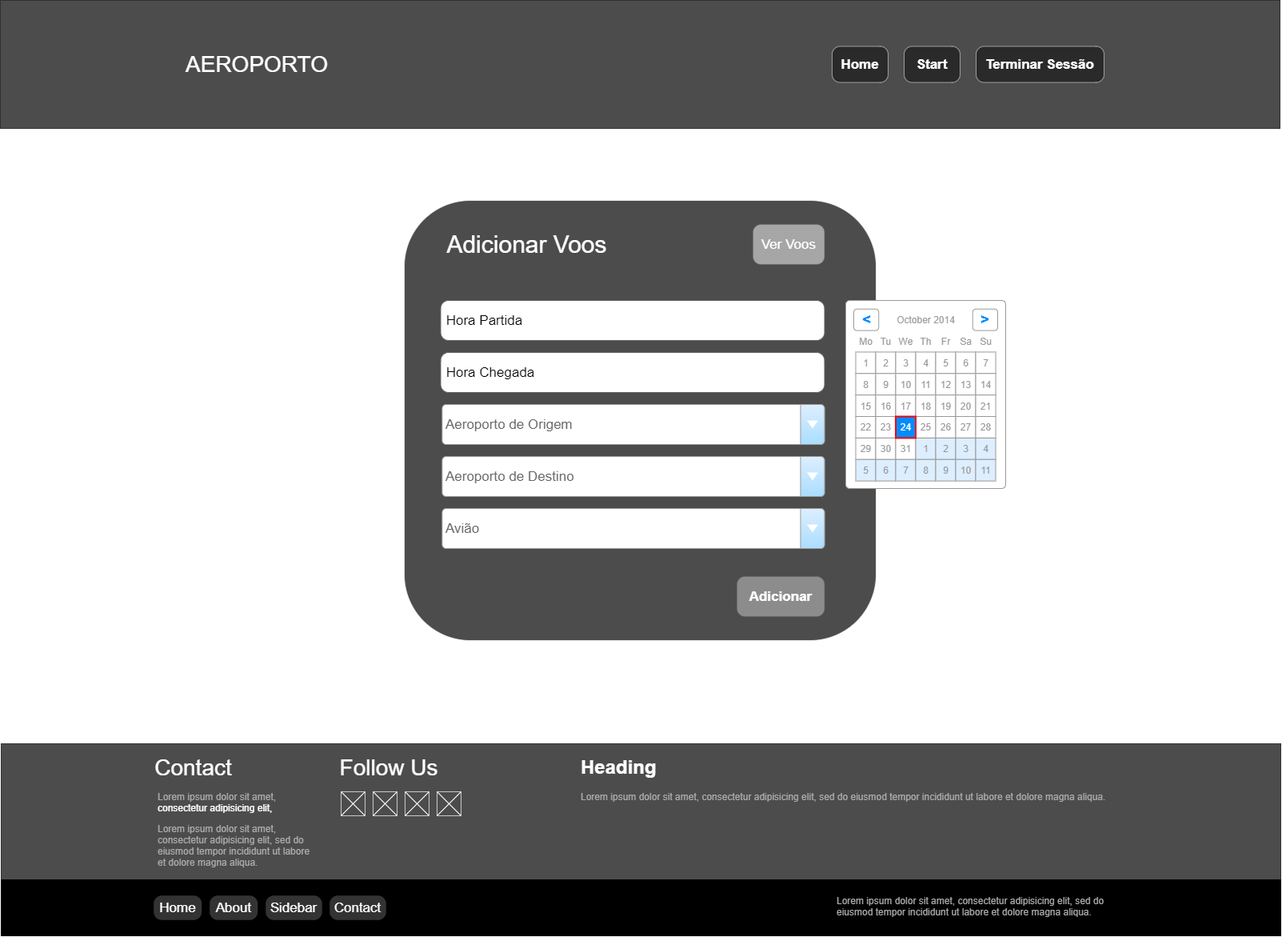
Above: doc/Wireframes/PNG/AdicionarVoos.png in GabrielMCS01/PSI_PWS_PL1-A (draw.io), before the change. Source tidied: cells renumbered, new cells last; positions are measured from the earlier drawing's top-left corner, leaving out a move shared by most shapes.
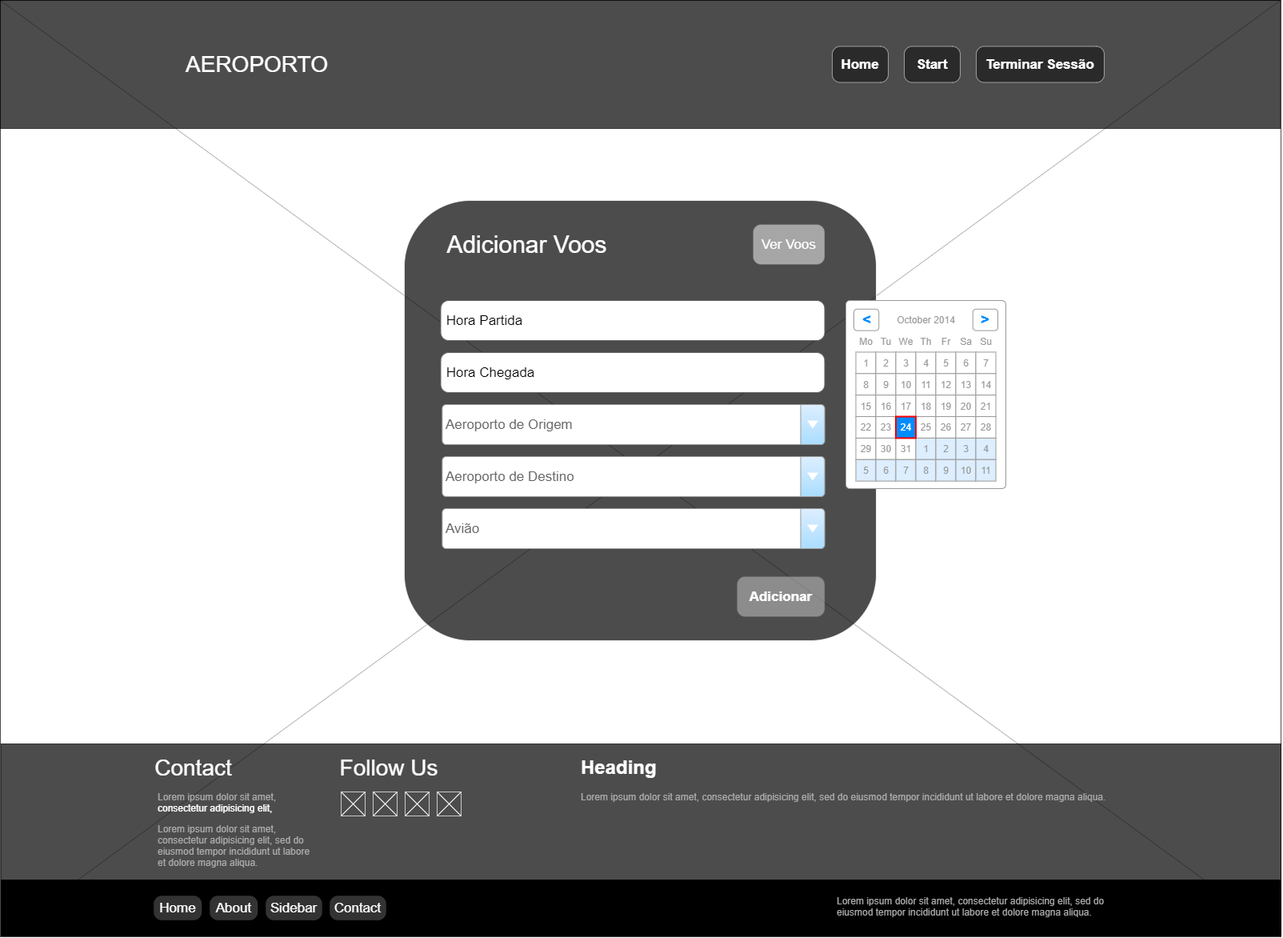
Above is the later version.

Commit message:
Adicionadas Mockups relativos aos Voos

Change to the diagram source:
```diff
@@ -2,6 +2,15 @@
   <root>
     <mxCell id="0" />
     <mxCell id="1" parent="0" />
+    <mxCell id="93" style="edgeStyle=none;rounded=0;jettySize=auto;html=1;exitX=0;exitY=1;exitDx=0;exitDy=0;entryX=1;entryY=0;entryDx=0;entryDy=0;endArrow=none;endFill=0;" parent="1" edge="1" source="71" target="64">
+      <mxGeometry relative="1" as="geometry" />
+    </mxCell>
+    <mxCell id="94" style="rounded=0;jettySize=auto;html=1;exitX=0;exitY=0;exitDx=0;exitDy=0;entryX=1;entryY=1;entryDx=0;entryDy=0;endArrow=none;endFill=0;" parent="1" edge="1" source="64" target="71">
+      <mxGeometry relative="1" as="geometry" />
+    </mxCell>
+    <mxCell id="95" style="rounded=0;whiteSpace=wrap;html=1;fillColor=#FFFFFF;opacity=70;" parent="1" vertex="1">
+      <mxGeometry width="1601" height="1170" as="geometry" />
+    </mxCell>
     <mxCell id="2" style="rounded=1;whiteSpace=wrap;html=1;strokeColor=#FFFFFF;gradientColor=none;fillColor=#000000;opacity=70;" parent="1" vertex="1">
       <mxGeometry x="505" y="250" width="590" height="550" as="geometry" />
     </mxCell>
```
